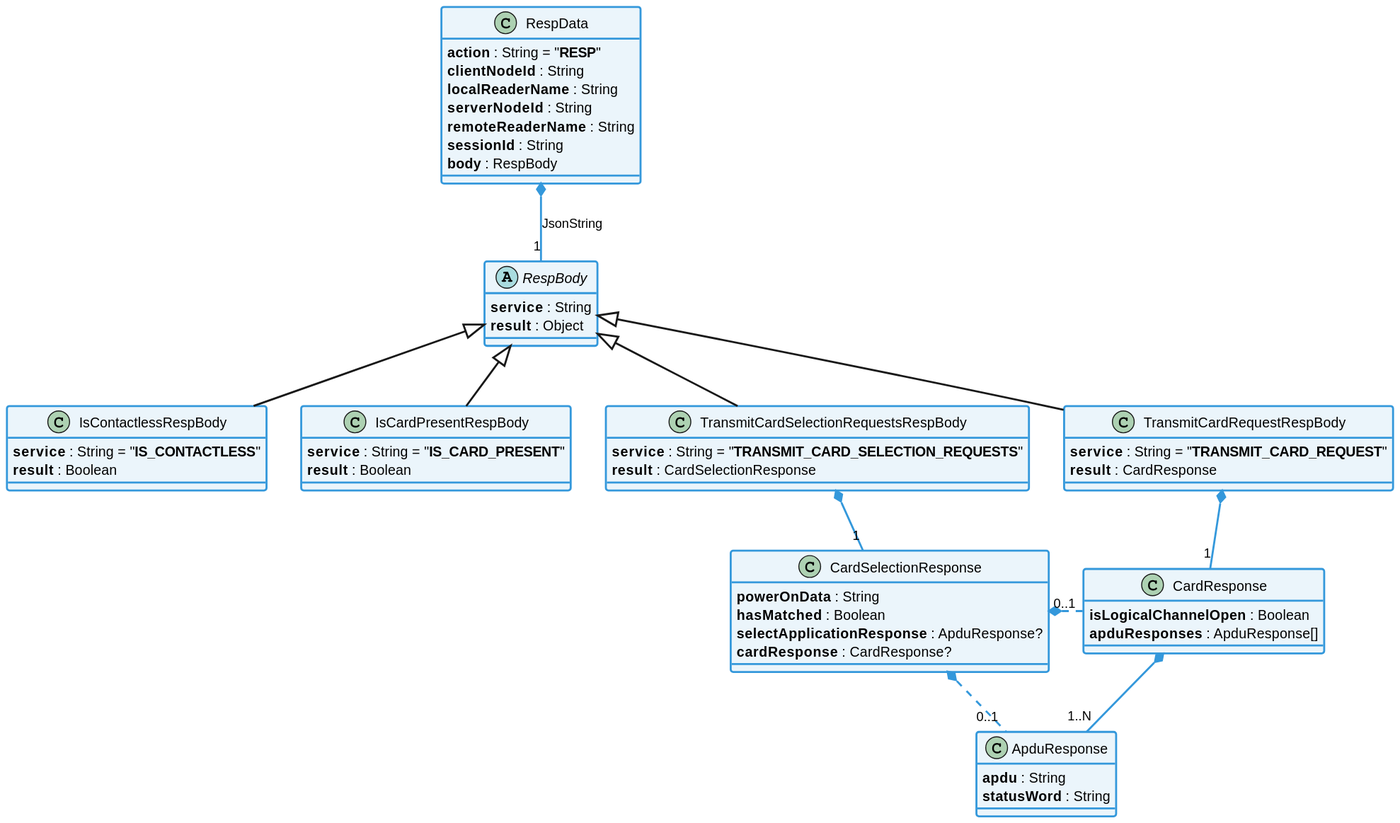
eclipse-keyple/keyple-website keeps this PlantUML diagram as static/media/learn/user-guide/distributed-json-api/distributedJsonApi_classDiagram_resp.svg. Above is the earlier version.
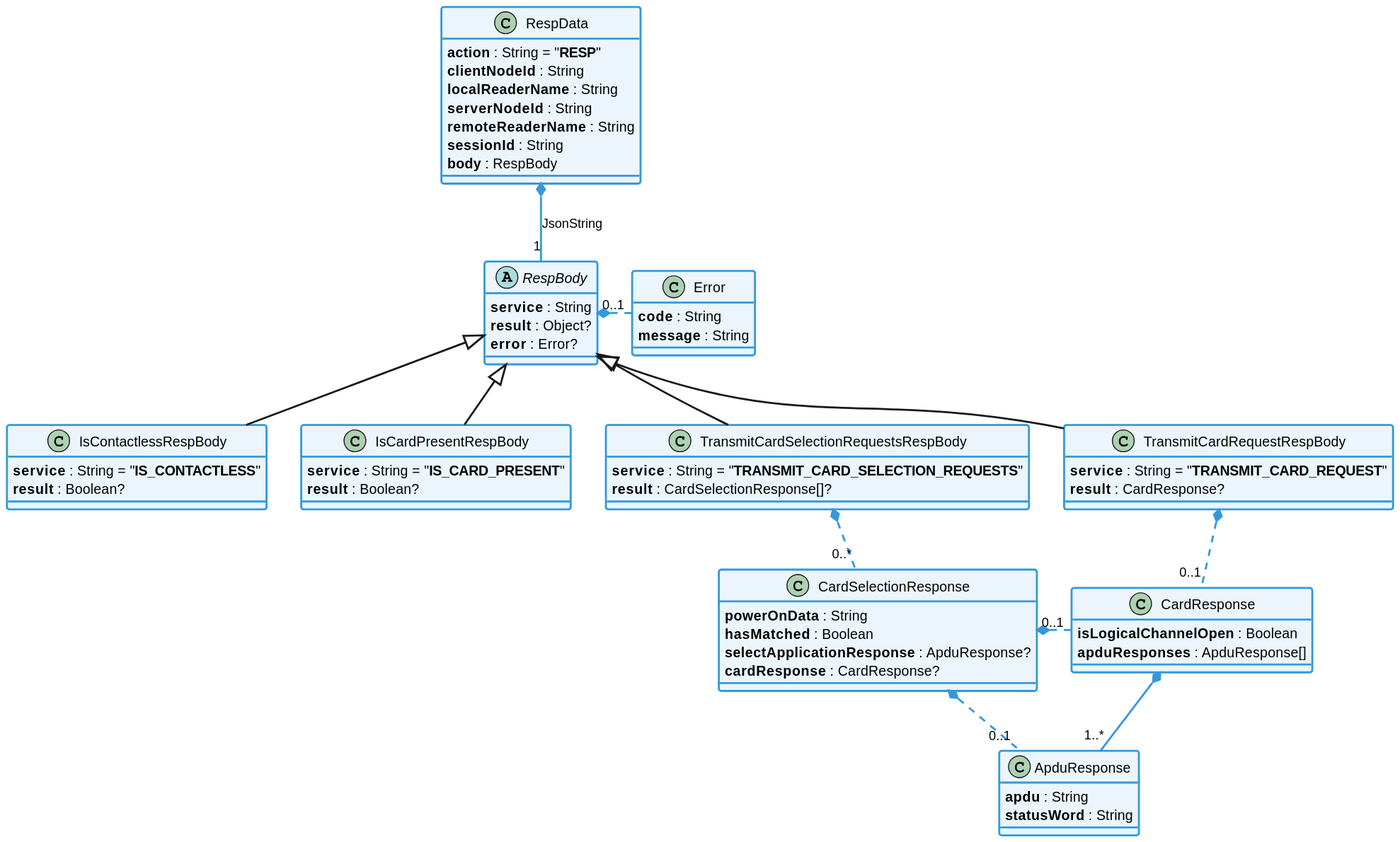
After the change.

Change to the diagram source:
```diff
@@ -48,22 +48,28 @@
 }
 abstract class RespBody {
     **service** : String
-    **result** : Object
+    **result** : Object?
+    **error** : Error?
+}
+
+class Error {
+    **code** : String
+    **message** : String
 }
 
 class IsContactlessRespBody extends RespBody {
     **service** : String = "**IS_CONTACTLESS**"
-    **result** : Boolean
+    **result** : Boolean?
 }
 
 class IsCardPresentRespBody extends RespBody {
     **service** : String = "**IS_CARD_PRESENT**"
-    **result** : Boolean
+    **result** : Boolean?
 }
 
 class TransmitCardSelectionRequestsRespBody extends RespBody {
     **service** : String = "**TRANSMIT_CARD_SELECTION_REQUESTS**"
-     **result** : CardSelectionResponse
+     **result** : CardSelectionResponse[]?
 }
 class CardSelectionResponse {
     **powerOnData** : String
@@ -82,26 +88,30 @@
 
 class TransmitCardRequestRespBody extends RespBody {
     **service** : String = "**TRANSMIT_CARD_REQUEST**"
-    **result** : CardResponse
+    **result** : CardResponse?
 }
 
 
 RespData *-- "1" RespBody #C_LINK : JsonString
 
-TransmitCardSelectionRequestsRespBody *-- "1" CardSelectionResponse #C_LINK
+RespBody *.right. "0..1" Error #C_LINK
+
+TransmitCardSelectionRequestsRespBody *.. "0..*" CardSelectionResponse #C_LINK
 
 CardSelectionResponse *.right. "0..1" CardResponse #C_LINK
 CardSelectionResponse *.. "0..1" ApduResponse #C_LINK
 
-CardResponse *-- "1..N" ApduResponse #C_LINK
+CardResponse *-- "1..*" ApduResponse #C_LINK
 
-TransmitCardRequestRespBody *-- "1" CardResponse #C_LINK
+TransmitCardRequestRespBody *.. "0..1" CardResponse #C_LINK
 
 
 
 
 class RespData <<blue>>
 abstract class RespBody <<blue>>
+
+class Error <<blue>>
 
 class TransmitCardRequestRespBody <<blue>>
 class TransmitCardSelectionRequestsRespBody <<blue>>
```
